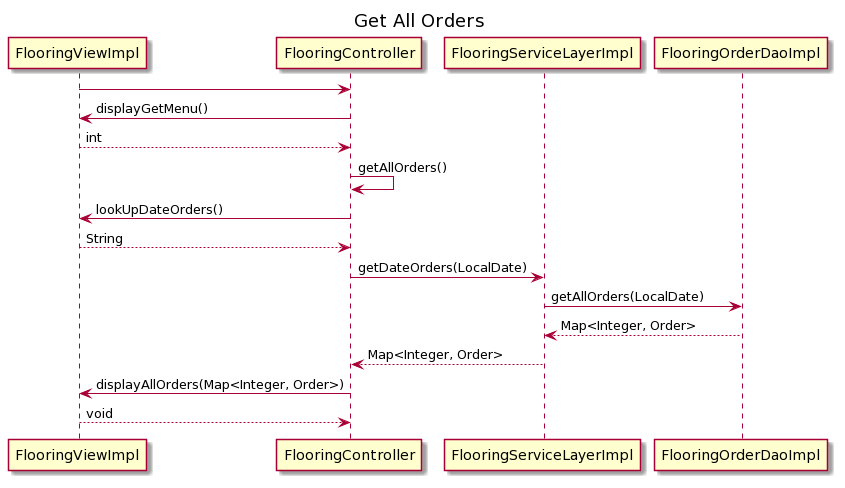
rtdonin/JavaClasswork keeps this PlantUML diagram as UML/FloorPlanning/FloorPlanningSequenceDiagramGetAllOrders.png. Above is the earlier version.
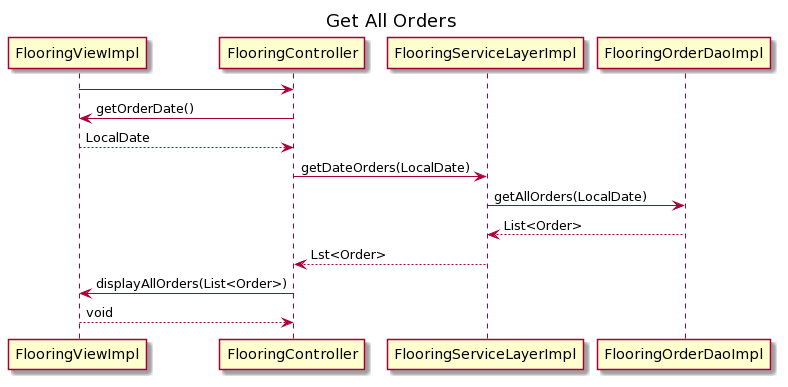
After the change.

The edit, as a diff of the source:
```diff
@@ -5,15 +5,12 @@
 Title Get All Orders
 
 FlooringViewImpl -> FlooringController
-FlooringController -> FlooringViewImpl : displayGetMenu()
-FlooringViewImpl --> FlooringController : int
-FlooringController -> FlooringController : getAllOrders()
-FlooringController -> FlooringViewImpl : lookUpDateOrders()
-FlooringViewImpl --> FlooringController : String
+FlooringController -> FlooringViewImpl : getOrderDate()
+FlooringViewImpl --> FlooringController : LocalDate
 FlooringController -> FlooringServiceLayerImpl : getDateOrders(LocalDate)
 FlooringServiceLayerImpl -> FlooringOrderDaoImpl : getAllOrders(LocalDate)
-FlooringOrderDaoImpl --> FlooringServiceLayerImpl : Map<Integer, Order>
-FlooringServiceLayerImpl --> FlooringController : Map<Integer, Order>
-FlooringController -> FlooringViewImpl : displayAllOrders(Map<Integer, Order>)
+FlooringOrderDaoImpl --> FlooringServiceLayerImpl : List<Order>
+FlooringServiceLayerImpl --> FlooringController : Lst<Order>
+FlooringController -> FlooringViewImpl : displayAllOrders(List<Order>)
 FlooringViewImpl --> FlooringController : void
 @enduml
```
